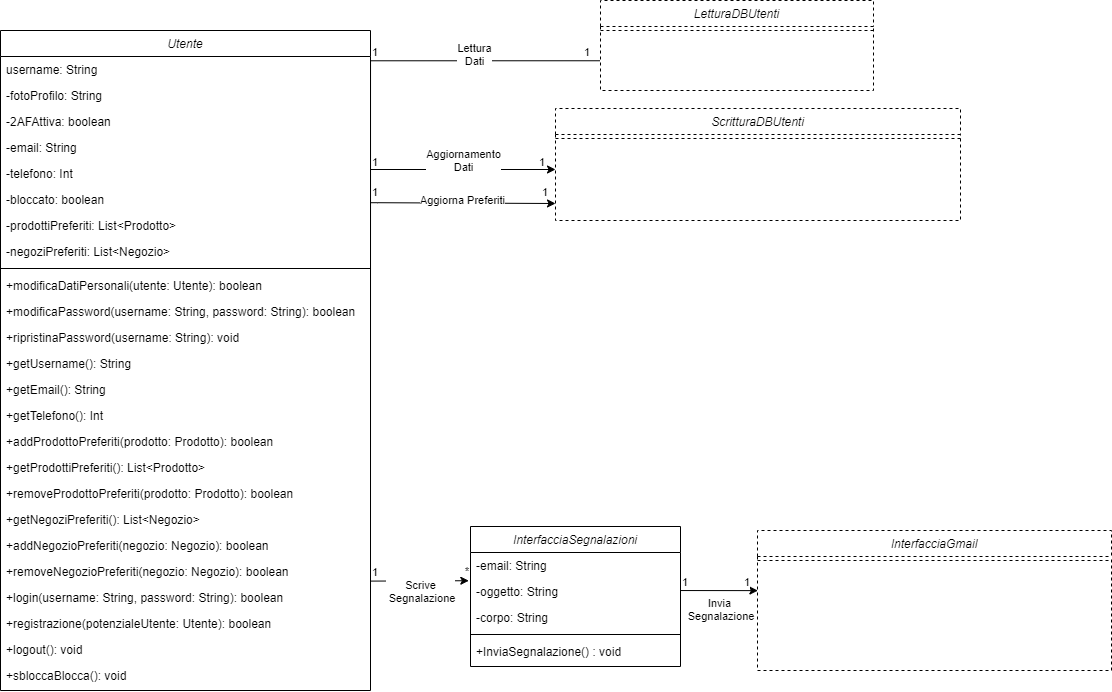
Above: UML/DiagrammaClassiPaginaUtente.png in G15-UniTN/iSpesa (draw.io), before the change. Source tidied: cells renumbered, new cells last; positions are measured from the earlier drawing's top-left corner, leaving out a move shared by most shapes.
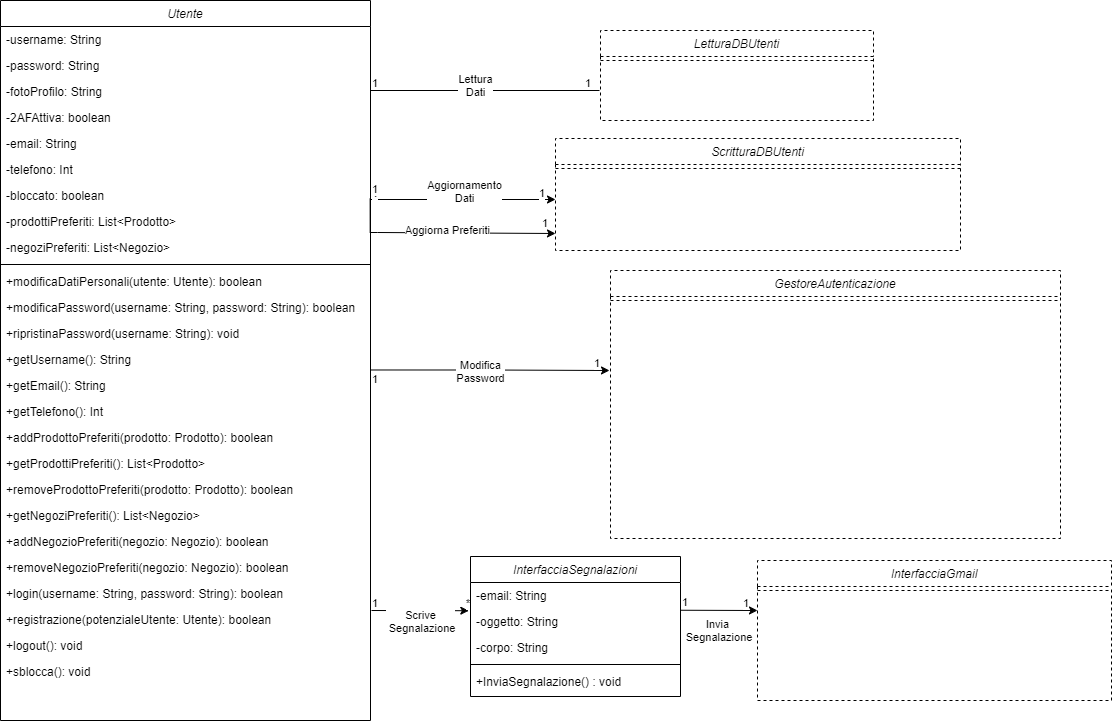
Later version of the same file.

The edit, as a diff of the source:
```diff
@@ -2,122 +2,131 @@
   <root>
     <mxCell id="0" />
     <mxCell id="1" parent="0" />
-    <mxCell id="2" style="edgeStyle=orthogonalEdgeStyle;rounded=0;jettySize=auto;html=1;endArrow=none;endFill=0;exitX=1;exitY=0.5;exitDx=0;exitDy=0;entryX=-0.002;entryY=0.01;entryDx=0;entryDy=0;entryPerimeter=0;" parent="1" edge="1" source="26">
-      <mxGeometry relative="1" as="geometry">
-        <mxPoint x="599.5" y="60.3" as="targetPoint" />
-        <Array as="points">
-          <mxPoint x="370" y="60" />
-        </Array>
-      </mxGeometry>
-    </mxCell>
+    <mxCell id="60" style="edgeStyle=orthogonalEdgeStyle;rounded=0;jettySize=auto;html=1;endArrow=none;endFill=0;exitX=1;exitY=0.5;exitDx=0;exitDy=0;" parent="1" edge="1" source="26">
+      <mxGeometry relative="1" as="geometry">
+        <mxPoint x="599" y="60" as="targetPoint" />
+        <Array as="points">
+          <mxPoint x="370" y="60" />
+        </Array>
+      </mxGeometry>
+    </mxCell>
     <mxCell id="3" value="Utente" style="swimlane;fontStyle=2;align=center;verticalAlign=top;horizontal=1;startSize=26;rounded=0;shadow=0;strokeWidth=1;" parent="1" vertex="1">
-      <mxGeometry y="30" width="370" height="660" as="geometry" />
+      <mxGeometry y="-30" width="370" height="720" as="geometry" />
     </mxCell>
-    <mxCell id="4" value="username: String" style="text;align=left;verticalAlign=top;spacingLeft=4;spacingRight=4;overflow=hidden;" parent="3" vertex="1">
-      <mxGeometry y="26" width="370" height="26" as="geometry" />
-    </mxCell>
+    <mxCell id="61" value="-username: String" style="text;align=left;verticalAlign=top;spacingLeft=4;spacingRight=4;overflow=hidden;" parent="3" vertex="1">
+      <mxGeometry y="26" width="370" height="26" as="geometry" />
+    </mxCell>
+    <mxCell id="62" value="-password: String" style="text;align=left;verticalAlign=top;spacingLeft=4;spacingRight=4;overflow=hidden;" parent="3" vertex="1">
+      <mxGeometry y="52" width="370" height="26" as="geometry" />
+    </mxCell>
     <mxCell id="5" value="-fotoProfilo: String" style="text;align=left;verticalAlign=top;spacingLeft=4;spacingRight=4;overflow=hidden;" parent="3" vertex="1">
-      <mxGeometry y="52" width="370" height="26" as="geometry" />
+      <mxGeometry y="78" width="370" height="26" as="geometry" />
     </mxCell>
     <mxCell id="6" value="-2AFAttiva: boolean" style="text;align=left;verticalAlign=top;spacingLeft=4;spacingRight=4;overflow=hidden;" parent="3" vertex="1">
-      <mxGeometry y="78" width="370" height="26" as="geometry" />
+      <mxGeometry y="104" width="370" height="26" as="geometry" />
     </mxCell>
     <mxCell id="7" value="-email: String" style="text;align=left;verticalAlign=top;spacingLeft=4;spacingRight=4;overflow=hidden;" parent="3" vertex="1">
-      <mxGeometry y="104" width="370" height="26" as="geometry" />
+      <mxGeometry y="130" width="370" height="26" as="geometry" />
     </mxCell>
     <mxCell id="8" value="-telefono: Int" style="text;align=left;verticalAlign=top;spacingLeft=4;spacingRight=4;overflow=hidden;" parent="3" vertex="1">
-      <mxGeometry y="130" width="370" height="26" as="geometry" />
+      <mxGeometry y="156" width="370" height="26" as="geometry" />
     </mxCell>
     <mxCell id="9" value="-bloccato: boolean" style="text;align=left;verticalAlign=top;spacingLeft=4;spacingRight=4;overflow=hidden;points=[[0,0.5],[1,0.5]];portConstraint=eastwest;" parent="3" vertex="1">
-      <mxGeometry y="156" width="370" height="26" as="geometry" />
+      <mxGeometry y="182" width="370" height="26" as="geometry" />
     </mxCell>
     <mxCell id="10" value="-prodottiPreferiti: List&lt;Prodotto&gt;" style="text;align=left;verticalAlign=top;spacingLeft=4;spacingRight=4;overflow=hidden;" parent="3" vertex="1">
-      <mxGeometry y="182" width="370" height="26" as="geometry" />
+      <mxGeometry y="208" width="370" height="26" as="geometry" />
     </mxCell>
     <mxCell id="11" value="-negoziPreferiti: List&lt;Negozio&gt;" style="text;align=left;verticalAlign=top;spacingLeft=4;spacingRight=4;overflow=hidden;" parent="3" vertex="1">
-      <mxGeometry y="208" width="370" height="26" as="geometry" />
+      <mxGeometry y="234" width="370" height="26" as="geometry" />
     </mxCell>
-    <mxCell id="12" style="line;html=1;strokeWidth=1;align=left;verticalAlign=middle;spacingTop=-1;spacingLeft=3;spacingRight=3;labelPosition=right;" parent="3" vertex="1">
-      <mxGeometry y="234" width="370" height="8" as="geometry" />
-    </mxCell>
+    <mxCell id="63" style="line;html=1;strokeWidth=1;align=left;verticalAlign=middle;spacingTop=-1;spacingLeft=3;spacingRight=3;labelPosition=right;" parent="3" vertex="1">
+      <mxGeometry y="260" width="370" height="8" as="geometry" />
+    </mxCell>
     <mxCell id="13" value="+modificaDatiPersonali(utente: Utente): boolean" style="text;align=left;verticalAlign=top;spacingLeft=4;spacingRight=4;overflow=hidden;" parent="3" vertex="1">
-      <mxGeometry y="242" width="370" height="26" as="geometry" />
+      <mxGeometry y="268" width="370" height="26" as="geometry" />
     </mxCell>
     <mxCell id="14" value="+modificaPassword(username: String, password: String): boolean" style="text;align=left;verticalAlign=top;spacingLeft=4;spacingRight=4;overflow=hidden;" parent="3" vertex="1">
-      <mxGeometry y="268" width="370" height="26" as="geometry" />
+      <mxGeometry y="294" width="370" height="26" as="geometry" />
     </mxCell>
     <mxCell id="15" value="+ripristinaPassword(username: String): void" style="text;align=left;verticalAlign=top;spacingLeft=4;spacingRight=4;overflow=hidden;" parent="3" vertex="1">
-      <mxGeometry y="294" width="370" height="26" as="geometry" />
+      <mxGeometry y="320" width="370" height="26" as="geometry" />
     </mxCell>
     <mxCell id="16" value="+getUsername(): String" style="text;align=left;verticalAlign=top;spacingLeft=4;spacingRight=4;overflow=hidden;points=[[0,0.5],[1,0.5]];portConstraint=eastwest;" parent="3" vertex="1">
-      <mxGeometry y="320" width="370" height="26" as="geometry" />
+      <mxGeometry y="346" width="370" height="26" as="geometry" />
     </mxCell>
     <mxCell id="17" value="+getEmail(): String" style="text;align=left;verticalAlign=top;spacingLeft=4;spacingRight=4;overflow=hidden;" parent="3" vertex="1">
-      <mxGeometry y="346" width="370" height="26" as="geometry" />
+      <mxGeometry y="372" width="370" height="26" as="geometry" />
     </mxCell>
     <mxCell id="18" value="+getTelefono(): Int" style="text;align=left;verticalAlign=top;spacingLeft=4;spacingRight=4;overflow=hidden;" parent="3" vertex="1">
-      <mxGeometry y="372" width="370" height="26" as="geometry" />
+      <mxGeometry y="398" width="370" height="26" as="geometry" />
     </mxCell>
     <mxCell id="19" value="+addProdottoPreferiti(prodotto: Prodotto): boolean" style="text;align=left;verticalAlign=top;spacingLeft=4;spacingRight=4;overflow=hidden;" parent="3" vertex="1">
-      <mxGeometry y="398" width="370" height="26" as="geometry" />
+      <mxGeometry y="424" width="370" height="26" as="geometry" />
     </mxCell>
     <mxCell id="20" value="+getProdottiPreferiti(): List&lt;Prodotto&gt;" style="text;align=left;verticalAlign=top;spacingLeft=4;spacingRight=4;overflow=hidden;" parent="3" vertex="1">
-      <mxGeometry y="424" width="370" height="26" as="geometry" />
+      <mxGeometry y="450" width="370" height="26" as="geometry" />
     </mxCell>
     <mxCell id="21" value="+removeProdottoPreferiti(prodotto: Prodotto): boolean" style="text;align=left;verticalAlign=top;spacingLeft=4;spacingRight=4;overflow=hidden;" parent="3" vertex="1">
-      <mxGeometry y="450" width="370" height="26" as="geometry" />
+      <mxGeometry y="476" width="370" height="26" as="geometry" />
     </mxCell>
     <mxCell id="22" value="+getNegoziPreferiti(): List&lt;Negozio&gt;" style="text;align=left;verticalAlign=top;spacingLeft=4;spacingRight=4;overflow=hidden;" parent="3" vertex="1">
-      <mxGeometry y="476" width="370" height="26" as="geometry" />
+      <mxGeometry y="502" width="370" height="26" as="geometry" />
     </mxCell>
     <mxCell id="23" value="+addNegozioPreferiti(negozio: Negozio): boolean" style="text;align=left;verticalAlign=top;spacingLeft=4;spacingRight=4;overflow=hidden;" parent="3" vertex="1">
-      <mxGeometry y="502" width="370" height="26" as="geometry" />
+      <mxGeometry y="528" width="370" height="26" as="geometry" />
     </mxCell>
     <mxCell id="24" value="+removeNegozioPreferiti(negozio: Negozio): boolean" style="text;align=left;verticalAlign=top;spacingLeft=4;spacingRight=4;overflow=hidden;points=[[0,0.5],[1,0.5]];portConstraint=eastwest;" parent="3" vertex="1">
-      <mxGeometry y="528" width="370" height="26" as="geometry" />
+      <mxGeometry y="554" width="370" height="26" as="geometry" />
     </mxCell>
     <mxCell id="25" value="+login(username: String, password: String): boolean" style="text;align=left;verticalAlign=top;spacingLeft=4;spacingRight=4;overflow=hidden;" parent="3" vertex="1">
-      <mxGeometry y="554" width="370" height="26" as="geometry" />
+      <mxGeometry y="580" width="370" height="26" as="geometry" />
     </mxCell>
     <mxCell id="26" value="+registrazione(potenzialeUtente: Utente): boolean " style="text;align=left;verticalAlign=top;spacingLeft=4;spacingRight=4;overflow=hidden;points=[[0,0.5],[1,0.5]];portConstraint=eastwest;" parent="3" vertex="1">
-      <mxGeometry y="580" width="370" height="26" as="geometry" />
+      <mxGeometry y="606" width="370" height="26" as="geometry" />
     </mxCell>
     <mxCell id="27" value="+logout(): void" style="text;align=left;verticalAlign=top;spacingLeft=4;spacingRight=4;overflow=hidden;" parent="3" vertex="1">
-      <mxGeometry y="606" width="370" height="26" as="geometry" />
+      <mxGeometry y="632" width="370" height="26" as="geometry" />
     </mxCell>
-    <mxCell id="28" value="+sbloccaBlocca(): void" style="text;align=left;verticalAlign=top;spacingLeft=4;spacingRight=4;overflow=hidden;" parent="3" vertex="1">
-      <mxGeometry y="632" width="370" height="26" as="geometry" />
-    </mxCell>
+    <mxCell id="64" value="+sblocca(): void" style="text;align=left;verticalAlign=top;spacingLeft=4;spacingRight=4;overflow=hidden;" parent="3" vertex="1">
+      <mxGeometry y="658" width="370" height="26" as="geometry" />
+    </mxCell>
     <mxCell id="29" value="ScritturaDBUtenti" style="swimlane;fontStyle=2;align=center;verticalAlign=top;horizontal=1;startSize=26;rounded=0;shadow=0;strokeWidth=1;dashed=1;" parent="1" vertex="1">
       <mxGeometry x="555" y="108" width="405" height="112" as="geometry" />
     </mxCell>
     <mxCell id="30" style="line;html=1;strokeWidth=1;align=left;verticalAlign=middle;spacingTop=-1;spacingLeft=3;spacingRight=3;labelPosition=right;dashed=1;" parent="29" vertex="1">
       <mxGeometry y="26" width="405" height="8" as="geometry" />
     </mxCell>
-    <mxCell id="31" style="endArrow=classic;html=1;edgeStyle=orthogonalEdgeStyle;rounded=0;entryX=0;entryY=0.5;entryDx=0;entryDy=0;" parent="1" edge="1">
-      <mxGeometry relative="1" as="geometry">
-        <mxPoint x="370" y="169" as="sourcePoint" />
-        <mxPoint x="555" y="169" as="targetPoint" />
-        <Array as="points">
-          <mxPoint x="370" y="169" />
-        </Array>
-      </mxGeometry>
-    </mxCell>
+    <mxCell id="65" value="GestoreAutenticazione" style="swimlane;fontStyle=2;align=center;verticalAlign=top;horizontal=1;startSize=26;rounded=0;shadow=0;strokeWidth=1;dashed=1;" parent="1" vertex="1">
+      <mxGeometry x="610" y="240" width="450" height="268" as="geometry" />
+    </mxCell>
+    <mxCell id="66" style="line;html=1;strokeWidth=1;align=left;verticalAlign=middle;spacingTop=-1;spacingLeft=3;spacingRight=3;labelPosition=right;dashed=1;" parent="65" vertex="1">
+      <mxGeometry y="26" width="450" height="8" as="geometry" />
+    </mxCell>
+    <mxCell id="67" style="endArrow=classic;html=1;edgeStyle=orthogonalEdgeStyle;rounded=0;entryX=0;entryY=0.5;entryDx=0;entryDy=0;" parent="1" edge="1">
+      <mxGeometry relative="1" as="geometry">
+        <mxPoint x="370" y="169" as="sourcePoint" />
+        <mxPoint x="555" y="169" as="targetPoint" />
+        <Array as="points">
+          <mxPoint x="370" y="169" />
+        </Array>
+      </mxGeometry>
+    </mxCell>
-    <mxCell id="32" value="Aggiornamento&lt;br&gt;Dati" style="edgeLabel;html=1;align=center;verticalAlign=middle;" parent="31" vertex="1">
+    <mxCell id="32" value="Aggiornamento&lt;br&gt;Dati" style="edgeLabel;html=1;align=center;verticalAlign=middle;" parent="67" vertex="1">
       <mxGeometry relative="1" as="geometry">
         <mxPoint y="-9" as="offset" />
       </mxGeometry>
     </mxCell>
-    <mxCell id="33" value="1" style="edgeLabel;html=1;align=left;verticalAlign=bottom;" parent="31" vertex="1">
-      <mxGeometry x="-1" relative="1" as="geometry">
-        <mxPoint y="1" as="offset" />
-      </mxGeometry>
-    </mxCell>
-    <mxCell id="34" value="1" style="edgeLabel;html=1;align=right;verticalAlign=bottom;" parent="31" vertex="1">
-      <mxGeometry x="1" relative="1" as="geometry">
-        <mxPoint x="35" y="-109" as="offset" />
-      </mxGeometry>
-    </mxCell>
+    <mxCell id="68" value="1" style="edgeLabel;html=1;align=left;verticalAlign=bottom;" parent="67" vertex="1">
+      <mxGeometry x="-1" relative="1" as="geometry">
+        <mxPoint y="1" as="offset" />
+      </mxGeometry>
+    </mxCell>
+    <mxCell id="69" value="1" style="edgeLabel;html=1;align=right;verticalAlign=bottom;" parent="67" vertex="1">
+      <mxGeometry x="1" relative="1" as="geometry">
+        <mxPoint x="35" y="-109" as="offset" />
+      </mxGeometry>
+    </mxCell>
     <mxCell id="35" value="LetturaDBUtenti" style="swimlane;fontStyle=2;align=center;verticalAlign=top;horizontal=1;startSize=26;rounded=0;shadow=0;strokeWidth=1;dashed=1;" parent="1" vertex="1">
       <mxGeometry x="600" width="273" height="90" as="geometry" />
     </mxCell>
@@ -135,6 +144,26 @@
     <mxCell id="39" value="1" style="edgeLabel;html=1;align=left;verticalAlign=bottom;" parent="1" vertex="1">
       <mxGeometry x="540" y="200" as="geometry" />
     </mxCell>
+    <mxCell id="70" style="endArrow=classic;html=1;edgeStyle=orthogonalEdgeStyle;rounded=0;exitX=1;exitY=0.903;exitDx=0;exitDy=0;exitPerimeter=0;" parent="1" edge="1" source="16">
+      <mxGeometry relative="1" as="geometry">
+        <mxPoint x="609" y="340" as="targetPoint" />
+      </mxGeometry>
+    </mxCell>
+    <mxCell id="71" value="Modifica&lt;br&gt;Password" style="edgeLabel;html=1;align=center;verticalAlign=middle;" parent="70" vertex="1">
+      <mxGeometry relative="1" as="geometry">
+        <mxPoint x="-10" as="offset" />
+      </mxGeometry>
+    </mxCell>
+    <mxCell id="72" value="1" style="edgeLabel;html=1;align=left;verticalAlign=bottom;" parent="70" vertex="1">
+      <mxGeometry x="-1" relative="1" as="geometry">
+        <mxPoint y="17" as="offset" />
+      </mxGeometry>
+    </mxCell>
+    <mxCell id="73" value="1" style="edgeLabel;html=1;align=right;verticalAlign=bottom;" parent="70" vertex="1">
+      <mxGeometry x="1" relative="1" as="geometry">
+        <mxPoint x="-10" as="offset" />
+      </mxGeometry>
+    </mxCell>
     <mxCell id="40" value="InterfacciaSegnalazioni" style="swimlane;fontStyle=2;align=center;verticalAlign=top;horizontal=1;startSize=26;rounded=0;shadow=0;strokeWidth=1;" parent="1" vertex="1">
       <mxGeometry x="470" y="526" width="210" height="140" as="geometry" />
     </mxCell>
@@ -153,22 +182,24 @@
     <mxCell id="45" value="+InviaSegnalazione() : void" style="text;align=left;verticalAlign=top;spacingLeft=4;spacingRight=4;overflow=hidden;" parent="40" vertex="1">
       <mxGeometry y="112" width="210" height="26" as="geometry" />
     </mxCell>
-    <mxCell id="46" style="endArrow=classic;html=1;exitX=1.002;exitY=0.869;exitDx=0;exitDy=0;exitPerimeter=0;entryX=-0.008;entryY=0.085;entryDx=0;entryDy=0;entryPerimeter=0;" parent="1" edge="1" source="24" target="42">
-      <mxGeometry relative="1" as="geometry" />
-    </mxCell>
+    <mxCell id="74" style="endArrow=classic;html=1;entryX=-0.008;entryY=0.085;entryDx=0;entryDy=0;entryPerimeter=0;" parent="1" edge="1" target="42">
+      <mxGeometry relative="1" as="geometry">
+        <mxPoint x="371" y="580" as="sourcePoint" />
+      </mxGeometry>
+    </mxCell>
-    <mxCell id="47" value="Scrive&lt;br&gt;&amp;nbsp;Segnalazione" style="edgeLabel;html=1;align=center;verticalAlign=middle;" parent="46" vertex="1">
+    <mxCell id="47" value="Scrive&lt;br&gt;&amp;nbsp;Segnalazione" style="edgeLabel;html=1;align=center;verticalAlign=middle;" parent="74" vertex="1">
       <mxGeometry relative="1" as="geometry">
         <mxPoint y="10" as="offset" />
       </mxGeometry>
     </mxCell>
-    <mxCell id="48" value="1" style="edgeLabel;html=1;align=left;verticalAlign=bottom;" parent="46" vertex="1">
-      <mxGeometry x="-1" relative="1" as="geometry">
-        <mxPoint x="-1" as="offset" />
-      </mxGeometry>
-    </mxCell>
+    <mxCell id="75" value="1" style="edgeLabel;html=1;align=left;verticalAlign=bottom;" parent="74" vertex="1">
+      <mxGeometry x="-1" relative="1" as="geometry">
+        <mxPoint x="-1" as="offset" />
+      </mxGeometry>
+    </mxCell>
-    <mxCell id="49" value="*" style="edgeLabel;html=1;align=right;verticalAlign=bottom;" parent="46" vertex="1">
+    <mxCell id="49" value="*" style="edgeLabel;html=1;align=right;verticalAlign=bottom;" parent="74" vertex="1">
       <mxGeometry x="1" relative="1" as="geometry">
-        <mxPoint x="1" y="-1" as="offset" />
+        <mxPoint x="2" as="offset" />
       </mxGeometry>
     </mxCell>
     <mxCell id="50" value="InterfacciaGmail" style="swimlane;fontStyle=2;align=center;verticalAlign=top;horizontal=1;startSize=26;rounded=0;shadow=0;strokeWidth=1;dashed=1;" parent="1" vertex="1">
@@ -177,46 +208,46 @@
     <mxCell id="51" style="line;html=1;strokeWidth=1;align=left;verticalAlign=middle;spacingTop=-1;spacingLeft=3;spacingRight=3;labelPosition=right;dashed=1;" parent="50" vertex="1">
       <mxGeometry y="26" width="354" height="8" as="geometry" />
     </mxCell>
-    <mxCell id="52" style="endArrow=classic;html=1;exitX=1.001;exitY=0.463;exitDx=0;exitDy=0;entryX=0.001;entryY=0.312;entryDx=0;entryDy=0;entryPerimeter=0;exitPerimeter=0;" parent="1" edge="1" source="42">
-      <mxGeometry relative="1" as="geometry">
-        <mxPoint x="757.4" y="590.1" as="targetPoint" />
-      </mxGeometry>
-    </mxCell>
+    <mxCell id="76" style="endArrow=classic;html=1;exitX=1.001;exitY=0.067;exitDx=0;exitDy=0;exitPerimeter=0;" parent="1" edge="1" source="42">
+      <mxGeometry relative="1" as="geometry">
+        <mxPoint x="757" y="580" as="targetPoint" />
+      </mxGeometry>
+    </mxCell>
-    <mxCell id="53" value="Invia&lt;br&gt;&amp;nbsp;Segnalazione" style="edgeLabel;html=1;align=center;verticalAlign=middle;" parent="52" vertex="1">
+    <mxCell id="53" value="Invia&lt;br&gt;&amp;nbsp;Segnalazione" style="edgeLabel;html=1;align=center;verticalAlign=middle;" parent="76" vertex="1">
       <mxGeometry relative="1" as="geometry">
-        <mxPoint y="19" as="offset" />
+        <mxPoint x="-2" y="19" as="offset" />
       </mxGeometry>
     </mxCell>
-    <mxCell id="54" value="1" style="edgeLabel;html=1;align=left;verticalAlign=bottom;" parent="52" vertex="1">
-      <mxGeometry x="-1" relative="1" as="geometry" />
-    </mxCell>
-    <mxCell id="55" value="1" style="edgeLabel;html=1;align=right;verticalAlign=bottom;" parent="52" vertex="1">
-      <mxGeometry x="1" relative="1" as="geometry">
-        <mxPoint x="-7" as="offset" />
-      </mxGeometry>
-    </mxCell>
-    <mxCell id="56" style="endArrow=classic;html=1;edgeStyle=orthogonalEdgeStyle;rounded=0;exitX=0.999;exitY=0.624;exitDx=0;exitDy=0;exitPerimeter=0;" parent="1" edge="1" source="9">
-      <mxGeometry relative="1" as="geometry">
-        <mxPoint x="555" y="203" as="targetPoint" />
-        <Array as="points">
-          <mxPoint x="377" y="202" />
-        </Array>
-      </mxGeometry>
-    </mxCell>
+    <mxCell id="77" value="1" style="edgeLabel;html=1;align=left;verticalAlign=bottom;" parent="76" vertex="1">
+      <mxGeometry x="-1" relative="1" as="geometry" />
+    </mxCell>
+    <mxCell id="78" value="1" style="edgeLabel;html=1;align=right;verticalAlign=bottom;" parent="76" vertex="1">
+      <mxGeometry x="1" relative="1" as="geometry">
+        <mxPoint x="-9" as="offset" />
+      </mxGeometry>
+    </mxCell>
+    <mxCell id="79" style="endArrow=classic;html=1;edgeStyle=orthogonalEdgeStyle;rounded=0;exitX=0.999;exitY=0.624;exitDx=0;exitDy=0;exitPerimeter=0;" parent="1" edge="1" source="9">
+      <mxGeometry relative="1" as="geometry">
+        <mxPoint x="555" y="203" as="targetPoint" />
+        <Array as="points">
+          <mxPoint x="377" y="202" />
+        </Array>
+      </mxGeometry>
+    </mxCell>
-    <mxCell id="57" value="Aggiorna Preferiti" style="edgeLabel;html=1;align=center;verticalAlign=middle;" parent="56" vertex="1">
+    <mxCell id="57" value="Aggiorna Preferiti" style="edgeLabel;html=1;align=center;verticalAlign=middle;" parent="79" vertex="1">
       <mxGeometry relative="1" as="geometry">
         <mxPoint y="-3" as="offset" />
       </mxGeometry>
     </mxCell>
-    <mxCell id="58" value="1" style="edgeLabel;html=1;align=left;verticalAlign=bottom;" parent="56" vertex="1">
-      <mxGeometry x="-1" relative="1" as="geometry">
-        <mxPoint y="-2" as="offset" />
-      </mxGeometry>
-    </mxCell>
-    <mxCell id="59" value="1" style="edgeLabel;html=1;align=right;verticalAlign=bottom;" parent="56" vertex="1">
-      <mxGeometry x="1" relative="1" as="geometry">
-        <mxPoint x="-10" y="-33" as="offset" />
-      </mxGeometry>
-    </mxCell>
+    <mxCell id="80" value="1" style="edgeLabel;html=1;align=left;verticalAlign=bottom;" parent="79" vertex="1">
+      <mxGeometry x="-1" relative="1" as="geometry">
+        <mxPoint y="-2" as="offset" />
+      </mxGeometry>
+    </mxCell>
+    <mxCell id="81" value="1" style="edgeLabel;html=1;align=right;verticalAlign=bottom;" parent="79" vertex="1">
+      <mxGeometry x="1" relative="1" as="geometry">
+        <mxPoint x="-10" y="-33" as="offset" />
+      </mxGeometry>
+    </mxCell>
   </root>
 </mxGraphModel>
```
